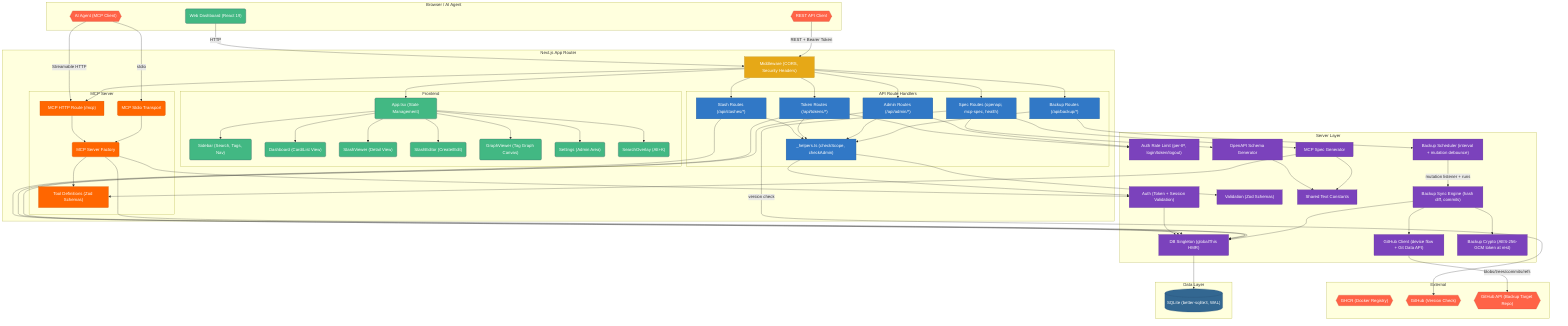
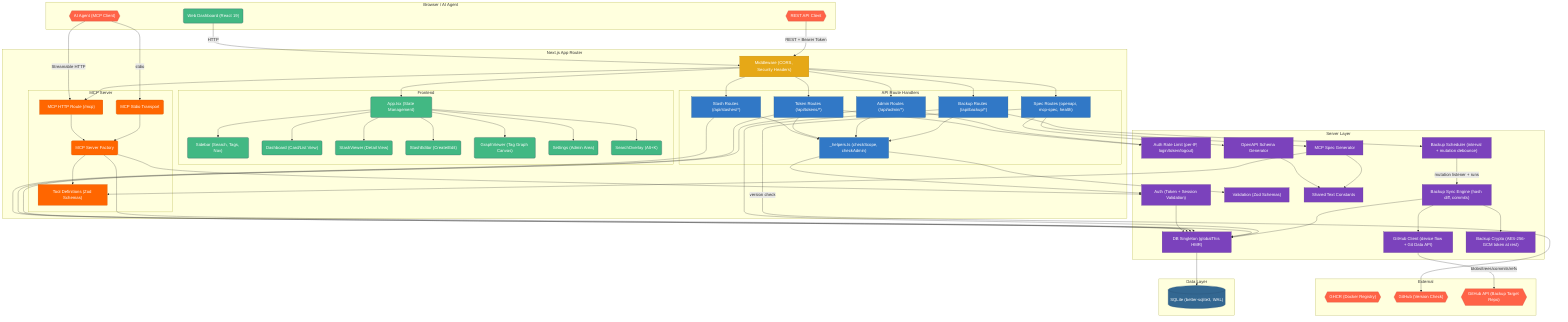
flowchart TD
    subgraph "Browser / AI Agent"
        Browser("Web Dashboard (React 19)")
        AIAgent{{"AI Agent (MCP Client)"}}
        APIClient{{"REST API Client"}}
    end

    subgraph "Next.js App Router"
        Middleware["Middleware (CORS, Security Headers)"]

        subgraph "Frontend"
            AppRoot("App.tsx (State Management)")
            Sidebar("Sidebar (Search, Tags, Nav)")
            Dashboard("Dashboard (Card/List View)")
            StashViewer("StashViewer (Detail View)")
            StashEditor("StashEditor (Create/Edit)")
            GraphViewer("GraphViewer (Tag Graph Canvas)")
            Settings("Settings (Admin Area)")
            SearchOverlay("SearchOverlay (Alt+K)")
        end

        subgraph "API Route Handlers"
            Helpers["_helpers.ts (checkScope, checkAdmin)"]
            StashRoutes["Stash Routes (/api/stashes/*)"]
            TokenRoutes["Token Routes (/api/tokens/*)"]
            AdminRoutes["Admin Routes (/api/admin/*)"]
            BackupRoutes["Backup Routes (/api/backup/*)"]
            SpecRoutes["Spec Routes (openapi, mcp-spec, health)"]
        end

        subgraph "MCP Server"
            MCPRoute["MCP HTTP Route (/mcp)"]
            MCPServer("MCP Server Factory")
            ToolDefs["Tool Definitions (Zod Schemas)"]
            MCPStdio("MCP Stdio Transport")
        end
    end

    subgraph "Server Layer"
        Auth["Auth (Token + Session Validation)"]
        AuthRateLimit["Auth Rate Limit (per-IP, login/token/logout)"]
        Validation["Validation (Zod Schemas)"]
        SharedText["Shared Text Constants"]
        OpenAPI["OpenAPI Schema Generator"]
        MCPSpec["MCP Spec Generator"]
        DBSingleton["DB Singleton (globalThis HMR)"]
        BackupScheduler["Backup Scheduler (interval + mutation debounce)"]
        BackupService["Backup Sync Engine (hash diff, commits)"]
        GitHubClient["GitHub Client (device flow + Git Data API)"]
        BackupCrypto["Backup Crypto (AES-256-GCM token at rest)"]
    end

    subgraph "Data Layer"
        DB[("SQLite (better-sqlite3, WAL)")]
    end

    subgraph "External"
        GHCR{{"GHCR (Docker Registry)"}}
        GitHub{{"GitHub (Version Check)"}}
        GitHubAPI{{"GitHub API (Backup Target Repo)"}}
    end

    Browser -->|"HTTP"| Middleware
    AIAgent -->|"Streamable HTTP"| MCPRoute
    AIAgent -->|"stdio"| MCPStdio
    APIClient -->|"REST + Bearer Token"| Middleware

    Middleware --> AppRoot
    Middleware --> StashRoutes
    Middleware --> TokenRoutes
    Middleware --> AdminRoutes
    Middleware --> BackupRoutes
    Middleware --> SpecRoutes
    Middleware --> MCPRoute

    AppRoot --> Sidebar
    AppRoot --> Dashboard
    AppRoot --> StashViewer
    AppRoot --> StashEditor
    AppRoot --> GraphViewer
    AppRoot --> Settings
    AppRoot --> SearchOverlay

    StashRoutes --> Helpers
    TokenRoutes --> Helpers
    AdminRoutes --> Helpers
    TokenRoutes --> AuthRateLimit
    AdminRoutes --> AuthRateLimit
    Helpers --> Auth
    Helpers --> Validation

    MCPRoute --> MCPServer
    MCPStdio --> MCPServer
    MCPServer --> ToolDefs
    MCPServer --> Auth

    SpecRoutes --> OpenAPI
    SpecRoutes --> MCPSpec
    MCPSpec --> ToolDefs
    OpenAPI --> SharedText
    MCPSpec --> SharedText

    Auth --> DBSingleton
    StashRoutes --> DBSingleton
    TokenRoutes --> DBSingleton
    AdminRoutes --> DBSingleton
    MCPServer --> DBSingleton
    DBSingleton --> DB

    BackupRoutes --> Helpers
+     BackupRoutes --> DBSingleton
    BackupRoutes --> BackupScheduler
    BackupScheduler -->|"mutation listener + runs"| BackupService
    BackupService --> BackupCrypto
    BackupService --> GitHubClient
    BackupService --> DBSingleton
    GitHubClient -->|"blobs/trees/commits/refs"| GitHubAPI

    SpecRoutes -->|"version check"| GitHub

    click Browser "src/App.tsx"
    click AppRoot "src/App.tsx"
    click Sidebar "src/components/Sidebar.tsx"
    click Dashboard "src/components/Dashboard.tsx"
    click StashViewer "src/components/StashViewer.tsx"
    click StashEditor "src/components/editor/StashEditor.tsx"
    click GraphViewer "src/components/GraphViewer.tsx"
    click Settings "src/components/Settings.tsx"
    click SearchOverlay "src/components/SearchOverlay.tsx"
    click Middleware "src/middleware.ts"
    click Helpers "src/app/api/_helpers.ts"
    click StashRoutes "src/app/api/stashes"
    click TokenRoutes "src/app/api/tokens"
    click AdminRoutes "src/app/api/admin"
    click SpecRoutes "src/app/api/openapi"
    click MCPRoute "src/app/mcp/route.ts"
    click MCPServer "src/server/mcp-server.ts"
    click ToolDefs "src/server/tool-defs.ts"
    click MCPStdio "src/server/mcp.ts"
    click Auth "src/server/auth.ts"
    click AuthRateLimit "src/server/auth-rate-limit.ts"
    click Validation "src/server/validation.ts"
    click SharedText "src/server/shared-text.ts"
    click OpenAPI "src/server/openapi.ts"
    click MCPSpec "src/server/mcp-spec.ts"
    click DBSingleton "src/server/singleton.ts"
    click DB "src/server/db.ts"
    click BackupRoutes "src/app/api/backup"
    click BackupScheduler "src/server/backup/backup-scheduler.ts"
    click BackupService "src/server/backup/backup-service.ts"
    click GitHubClient "src/server/backup/github-client.ts"
    click BackupCrypto "src/server/backup/backup-crypto.ts"

    classDef frontend fill:#42b883,stroke:#35495e,color:#fff
    classDef backend fill:#3178c6,stroke:#265a8f,color:#fff
    classDef database fill:#336791,stroke:#264d73,color:#fff
    classDef mcp fill:#ff6600,stroke:#cc5200,color:#fff
    classDef server fill:#7b42bc,stroke:#5e338f,color:#fff
    classDef external fill:#ff6347,stroke:#cc4f39,color:#fff
    classDef middleware fill:#e6a817,stroke:#b8860b,color:#fff

    class Browser,AppRoot,Sidebar,Dashboard,StashViewer,StashEditor,GraphViewer,Settings,SearchOverlay frontend
    class Helpers,StashRoutes,TokenRoutes,AdminRoutes,BackupRoutes,SpecRoutes backend
    class MCPRoute,MCPServer,ToolDefs,MCPStdio mcp
    class Auth,AuthRateLimit,Validation,SharedText,OpenAPI,MCPSpec,DBSingleton,BackupScheduler,BackupService,GitHubClient,BackupCrypto server
    class DB database
    class GHCR,GitHub,GitHubAPI,AIAgent,APIClient external
    class Middleware middleware
